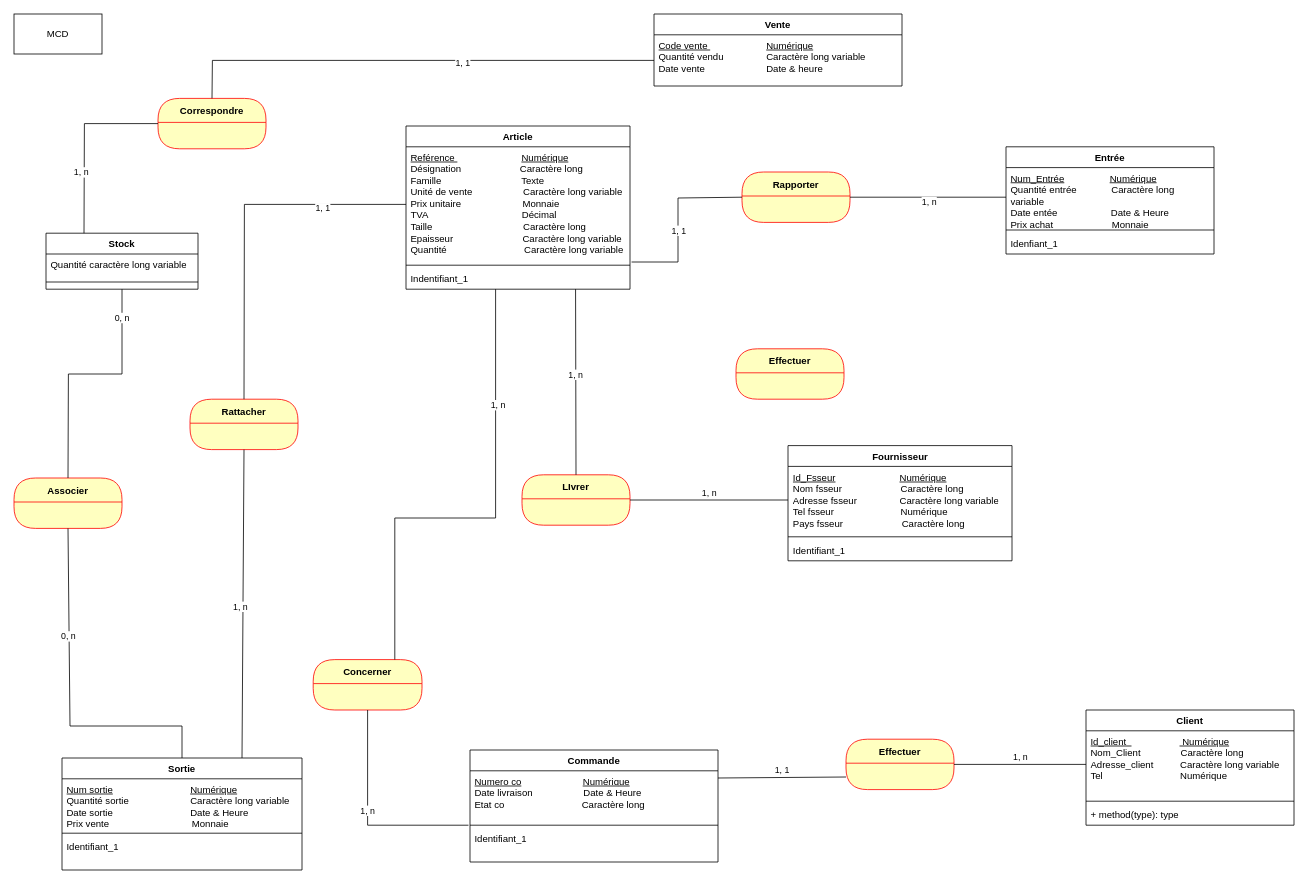
This is page "MCD" (2 of 4) of G.Stock.drawio from rachellusamba/CO-G.Stock, a draw.io file, before an edit. Source tidied: cells renumbered, new cells numbered last; positions are measured from the earlier drawing's top-left corner, leaving out a move shared by most shapes. Both pictures are drawn from the tidied source at 80%, with x=0, y=0 at pixel (14, 14).
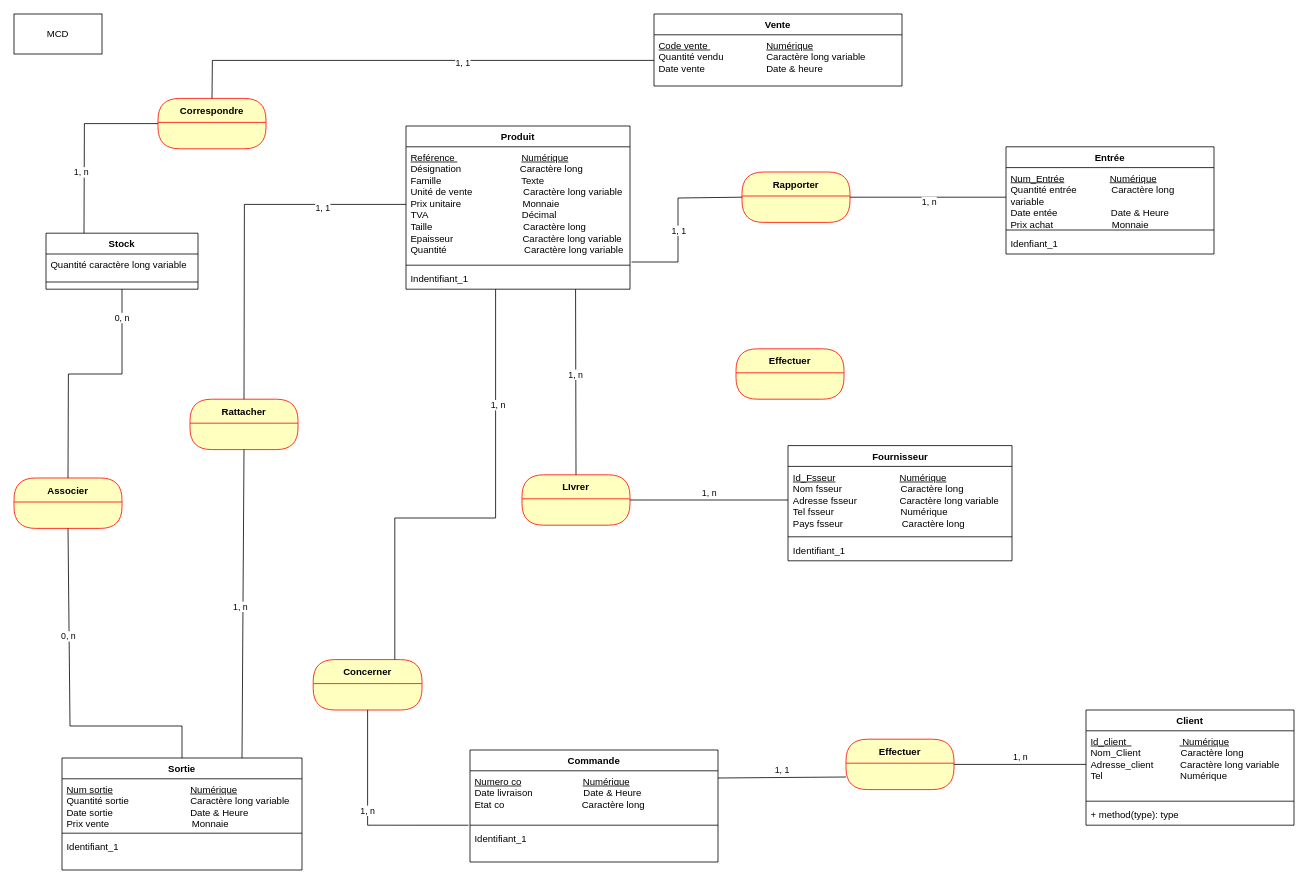
Above is the later version.

Diff of the diagram source:
```diff
@@
-    <mxCell id="8" value="Article" style="swimlane;fontStyle=1;align=center;verticalAlign=top;horizontal=1;startSize=26;whiteSpace=wrap;html=1;" parent="1" vertex="1">
+    <mxCell id="8" value="Produit" style="swimlane;fontStyle=1;align=center;verticalAlign=top;horizontal=1;startSize=26;whiteSpace=wrap;html=1;" parent="1" vertex="1">
       <mxGeometry x="490" y="140" width="280" height="204" as="geometry" />
     </mxCell>
```
